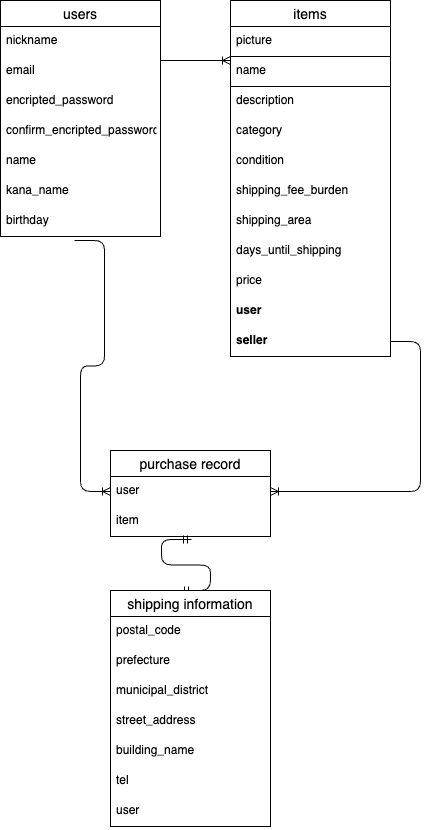
Above: test.png in azusa-sakai/furima-39568 (draw.io), before the change. Source tidied: cells renumbered, new cells last; positions are measured from the earlier drawing's top-left corner, leaving out a move shared by most shapes.
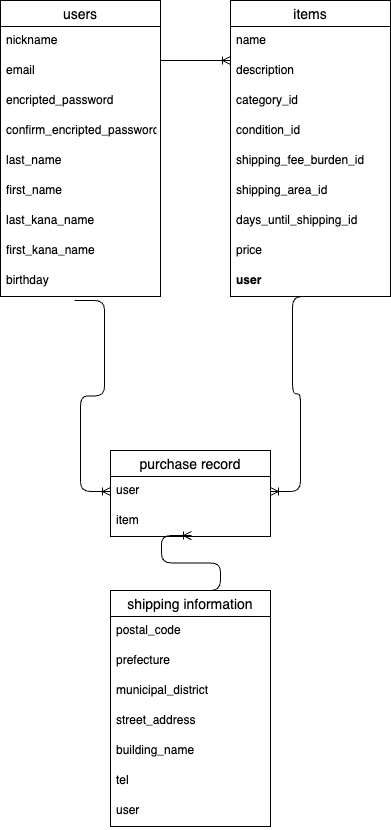
Above is the later version.

Change to the diagram source:
```diff
@@ -3,7 +3,7 @@
     <mxCell id="0" />
     <mxCell id="1" parent="0" />
     <mxCell id="2" value="users" style="swimlane;fontStyle=0;horizontal=1;startSize=26;align=center;fontSize=14;" parent="1" vertex="1">
-      <mxGeometry width="160" height="236" as="geometry" />
+      <mxGeometry width="160" height="296" as="geometry" />
     </mxCell>
     <mxCell id="3" value="nickname" style="text;strokeColor=none;fillColor=none;spacingLeft=4;spacingRight=4;overflow=hidden;fontSize=12;" parent="2" vertex="1">
       <mxGeometry y="26" width="160" height="30" as="geometry" />
@@ -17,62 +17,57 @@
     <mxCell id="6" value="confirm_encripted_password" style="text;strokeColor=none;fillColor=none;spacingLeft=4;spacingRight=4;overflow=hidden;fontSize=12;" parent="2" vertex="1">
       <mxGeometry y="116" width="160" height="30" as="geometry" />
     </mxCell>
-    <mxCell id="7" value="name    " style="text;strokeColor=none;fillColor=none;spacingLeft=4;spacingRight=4;overflow=hidden;fontSize=12;" parent="2" vertex="1">
+    <mxCell id="7" value="last_name    " style="text;strokeColor=none;fillColor=none;spacingLeft=4;spacingRight=4;overflow=hidden;fontSize=12;" parent="2" vertex="1">
       <mxGeometry y="146" width="160" height="30" as="geometry" />
     </mxCell>
+    <mxCell id="37" value="first_name&#10;" style="text;strokeColor=none;fillColor=none;spacingLeft=4;spacingRight=4;overflow=hidden;fontSize=12;" parent="2" vertex="1">
+      <mxGeometry y="176" width="160" height="30" as="geometry" />
+    </mxCell>
-    <mxCell id="8" value="kana_name" style="text;strokeColor=none;fillColor=none;spacingLeft=4;spacingRight=4;overflow=hidden;fontSize=12;" parent="2" vertex="1">
-      <mxGeometry y="176" width="160" height="30" as="geometry" />
+    <mxCell id="8" value="last_kana_name" style="text;strokeColor=none;fillColor=none;spacingLeft=4;spacingRight=4;overflow=hidden;fontSize=12;" parent="2" vertex="1">
+      <mxGeometry y="206" width="160" height="30" as="geometry" />
     </mxCell>
+    <mxCell id="38" value="first_kana_name" style="text;strokeColor=none;fillColor=none;spacingLeft=4;spacingRight=4;overflow=hidden;fontSize=12;" parent="2" vertex="1">
+      <mxGeometry y="236" width="160" height="30" as="geometry" />
+    </mxCell>
     <mxCell id="9" value="birthday" style="text;strokeColor=none;fillColor=none;spacingLeft=4;spacingRight=4;overflow=hidden;points=[[0,0.5],[1,0.5]];portConstraint=eastwest;fontSize=12;" parent="2" vertex="1">
-      <mxGeometry y="206" width="160" height="30" as="geometry" />
+      <mxGeometry y="266" width="160" height="30" as="geometry" />
     </mxCell>
     <mxCell id="10" value="items" style="swimlane;fontStyle=0;horizontal=1;startSize=26;align=center;fontSize=14;" parent="1" vertex="1">
-      <mxGeometry x="230" width="160" height="356" as="geometry" />
+      <mxGeometry x="230" width="160" height="296" as="geometry" />
     </mxCell>
-    <mxCell id="11" value="picture" style="text;strokeColor=none;fillColor=none;spacingLeft=4;spacingRight=4;overflow=hidden;fontSize=12;" parent="10" vertex="1">
-      <mxGeometry y="26" width="160" height="30" as="geometry" />
-    </mxCell>
-    <mxCell id="12" value="name" style="text;strokeColor=default;fillColor=none;spacingLeft=4;spacingRight=4;overflow=hidden;fontSize=12;" parent="10" vertex="1">
-      <mxGeometry y="56" width="160" height="30" as="geometry" />
+    <mxCell id="12" value="name" style="text;strokeColor=none;fillColor=none;spacingLeft=4;spacingRight=4;overflow=hidden;fontSize=12;" parent="10" vertex="1">
+      <mxGeometry y="26" width="160" height="30" as="geometry" />
     </mxCell>
     <mxCell id="13" value="description" style="text;strokeColor=none;fillColor=none;spacingLeft=4;spacingRight=4;overflow=hidden;fontSize=12;" parent="10" vertex="1">
-      <mxGeometry y="86" width="160" height="30" as="geometry" />
+      <mxGeometry y="56" width="160" height="30" as="geometry" />
     </mxCell>
-    <mxCell id="14" value="category" style="text;strokeColor=none;fillColor=none;spacingLeft=4;spacingRight=4;overflow=hidden;fontSize=12;" parent="10" vertex="1">
-      <mxGeometry y="116" width="160" height="30" as="geometry" />
+    <mxCell id="14" value="category_id" style="text;strokeColor=none;fillColor=none;spacingLeft=4;spacingRight=4;overflow=hidden;fontSize=12;" parent="10" vertex="1">
+      <mxGeometry y="86" width="160" height="30" as="geometry" />
     </mxCell>
-    <mxCell id="15" value="condition" style="text;strokeColor=none;fillColor=none;spacingLeft=4;spacingRight=4;overflow=hidden;fontSize=12;" parent="10" vertex="1">
-      <mxGeometry y="146" width="160" height="30" as="geometry" />
+    <mxCell id="15" value="condition_id" style="text;strokeColor=none;fillColor=none;spacingLeft=4;spacingRight=4;overflow=hidden;fontSize=12;" parent="10" vertex="1">
+      <mxGeometry y="116" width="160" height="30" as="geometry" />
     </mxCell>
-    <mxCell id="16" value="shipping_fee_burden" style="text;strokeColor=none;fillColor=none;spacingLeft=4;spacingRight=4;overflow=hidden;fontSize=12;" parent="10" vertex="1">
-      <mxGeometry y="176" width="160" height="30" as="geometry" />
+    <mxCell id="16" value="shipping_fee_burden_id" style="text;strokeColor=none;fillColor=none;spacingLeft=4;spacingRight=4;overflow=hidden;fontSize=12;" parent="10" vertex="1">
+      <mxGeometry y="146" width="160" height="30" as="geometry" />
     </mxCell>
-    <mxCell id="17" value="shipping_area" style="text;strokeColor=none;fillColor=none;spacingLeft=4;spacingRight=4;overflow=hidden;fontSize=12;" parent="10" vertex="1">
-      <mxGeometry y="206" width="160" height="30" as="geometry" />
+    <mxCell id="17" value="shipping_area_id" style="text;strokeColor=none;fillColor=none;spacingLeft=4;spacingRight=4;overflow=hidden;fontSize=12;" parent="10" vertex="1">
+      <mxGeometry y="176" width="160" height="30" as="geometry" />
     </mxCell>
-    <mxCell id="18" value="days_until_shipping" style="text;strokeColor=none;fillColor=none;spacingLeft=4;spacingRight=4;overflow=hidden;fontSize=12;" parent="10" vertex="1">
-      <mxGeometry y="236" width="160" height="30" as="geometry" />
+    <mxCell id="18" value="days_until_shipping_id" style="text;strokeColor=none;fillColor=none;spacingLeft=4;spacingRight=4;overflow=hidden;fontSize=12;" parent="10" vertex="1">
+      <mxGeometry y="206" width="160" height="30" as="geometry" />
     </mxCell>
     <mxCell id="19" value="price&#10;" style="text;strokeColor=none;fillColor=none;spacingLeft=4;spacingRight=4;overflow=hidden;fontSize=12;" parent="10" vertex="1">
-      <mxGeometry y="266" width="160" height="30" as="geometry" />
+      <mxGeometry y="236" width="160" height="30" as="geometry" />
     </mxCell>
     <mxCell id="20" value="user&#10;&#10;" style="text;strokeColor=none;fillColor=none;spacingLeft=4;spacingRight=4;overflow=hidden;points=[[0,0.5],[1,0.5]];portConstraint=eastwest;fontSize=12;fontStyle=1;" parent="10" vertex="1">
-      <mxGeometry y="296" width="160" height="30" as="geometry" />
+      <mxGeometry y="266" width="160" height="30" as="geometry" />
     </mxCell>
-    <mxCell id="21" value="seller" style="text;strokeColor=none;fillColor=none;spacingLeft=4;spacingRight=4;overflow=hidden;points=[[0,0.5],[1,0.5]];portConstraint=eastwest;fontSize=12;fontStyle=1;" parent="10" vertex="1">
-      <mxGeometry y="326" width="160" height="30" as="geometry" />
-    </mxCell>
     <mxCell id="22" value="purchase record" style="swimlane;fontStyle=0;horizontal=1;startSize=26;align=center;fontSize=14;" parent="1" vertex="1">
       <mxGeometry x="110" y="450" width="160" height="86" as="geometry" />
     </mxCell>
     <mxCell id="23" value="user" style="text;strokeColor=none;fillColor=none;spacingLeft=4;spacingRight=4;overflow=hidden;points=[[0,0.5],[1,0.5]];portConstraint=eastwest;fontSize=12;" parent="22" vertex="1">
       <mxGeometry y="26" width="160" height="30" as="geometry" />
     </mxCell>
-    <mxCell id="24" style="edgeStyle=entityRelationEdgeStyle;fontSize=12;html=1;endArrow=ERmandOne;startArrow=ERmandOne;entryX=0.506;entryY=1.1;entryDx=0;entryDy=0;entryPerimeter=0;" parent="22" edge="1" target="25">
-      <mxGeometry relative="1" as="geometry">
-        <mxPoint x="70" y="140" as="sourcePoint" />
-      </mxGeometry>
-    </mxCell>
     <mxCell id="25" value="item" style="text;strokeColor=none;fillColor=none;spacingLeft=4;spacingRight=4;overflow=hidden;points=[[0,0.5],[1,0.5]];portConstraint=eastwest;fontSize=12;" parent="22" vertex="1">
       <mxGeometry y="56" width="160" height="30" as="geometry" />
     </mxCell>
@@ -109,8 +104,11 @@
     <mxCell id="35" style="edgeStyle=entityRelationEdgeStyle;fontSize=12;html=1;endArrow=ERoneToMany;entryX=0;entryY=0.5;entryDx=0;entryDy=0;exitX=0.463;exitY=1.133;exitDx=0;exitDy=0;exitPerimeter=0;" parent="1" edge="1" source="9" target="23">
       <mxGeometry relative="1" as="geometry" />
     </mxCell>
-    <mxCell id="36" style="edgeStyle=entityRelationEdgeStyle;fontSize=12;html=1;endArrow=ERoneToMany;entryX=1;entryY=0.5;entryDx=0;entryDy=0;" parent="1" edge="1" source="21" target="23">
+    <mxCell id="36" style="edgeStyle=entityRelationEdgeStyle;fontSize=12;html=1;endArrow=ERoneToMany;entryX=1;entryY=0.5;entryDx=0;entryDy=0;exitX=0.575;exitY=1;exitDx=0;exitDy=0;exitPerimeter=0;" parent="1" edge="1" source="20" target="23">
       <mxGeometry relative="1" as="geometry" />
     </mxCell>
+    <mxCell id="39" style="edgeStyle=entityRelationEdgeStyle;fontSize=12;html=1;endArrow=ERoneToMany;entryX=0.506;entryY=0.967;entryDx=0;entryDy=0;entryPerimeter=0;exitX=0.5;exitY=0;exitDx=0;exitDy=0;" parent="1" edge="1" source="26" target="25">
+      <mxGeometry relative="1" as="geometry" />
+    </mxCell>
   </root>
 </mxGraphModel>
```
